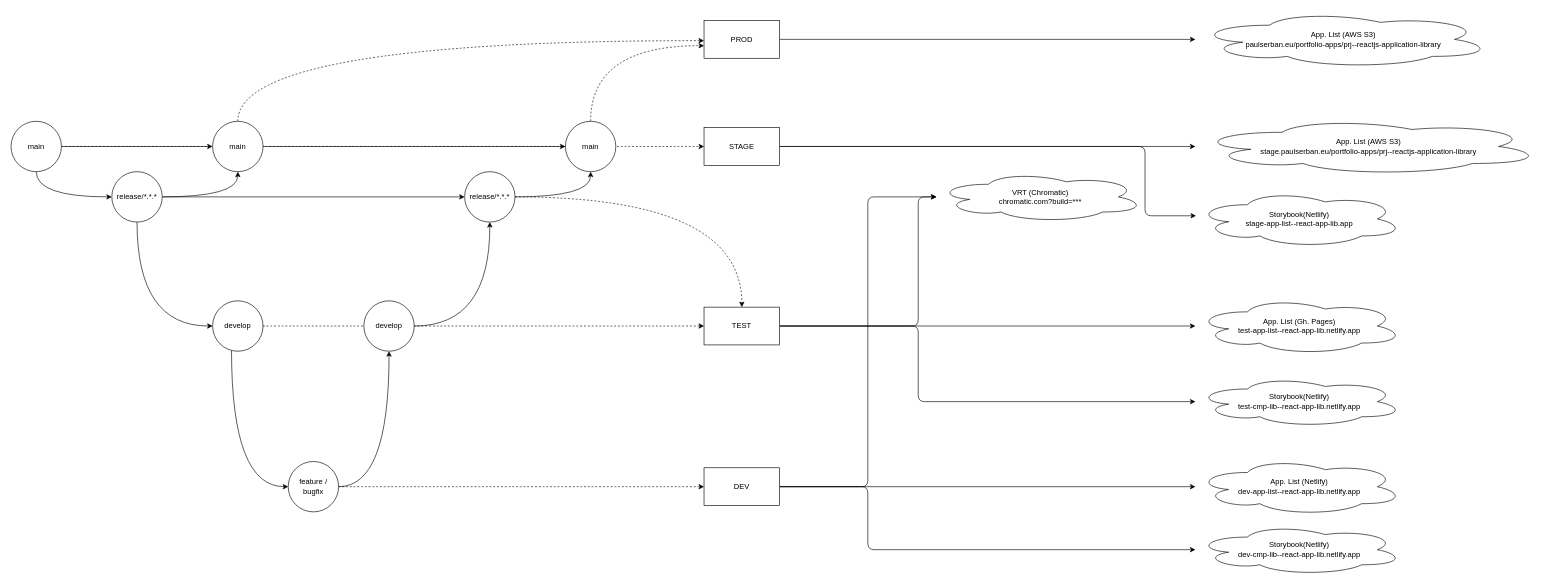
paulAlexSerban/prj--reactjs-application-library keeps this draw.io diagram as wiki/ci-cd.drawio. Above is the earlier version. Source tidied: cells renumbered, new cells numbered last; positions are measured from the earlier drawing's top-left corner, leaving out a move shared by most shapes. Both pictures are drawn from the tidied source at 63%, with x=0, y=0 at pixel (11, 11).
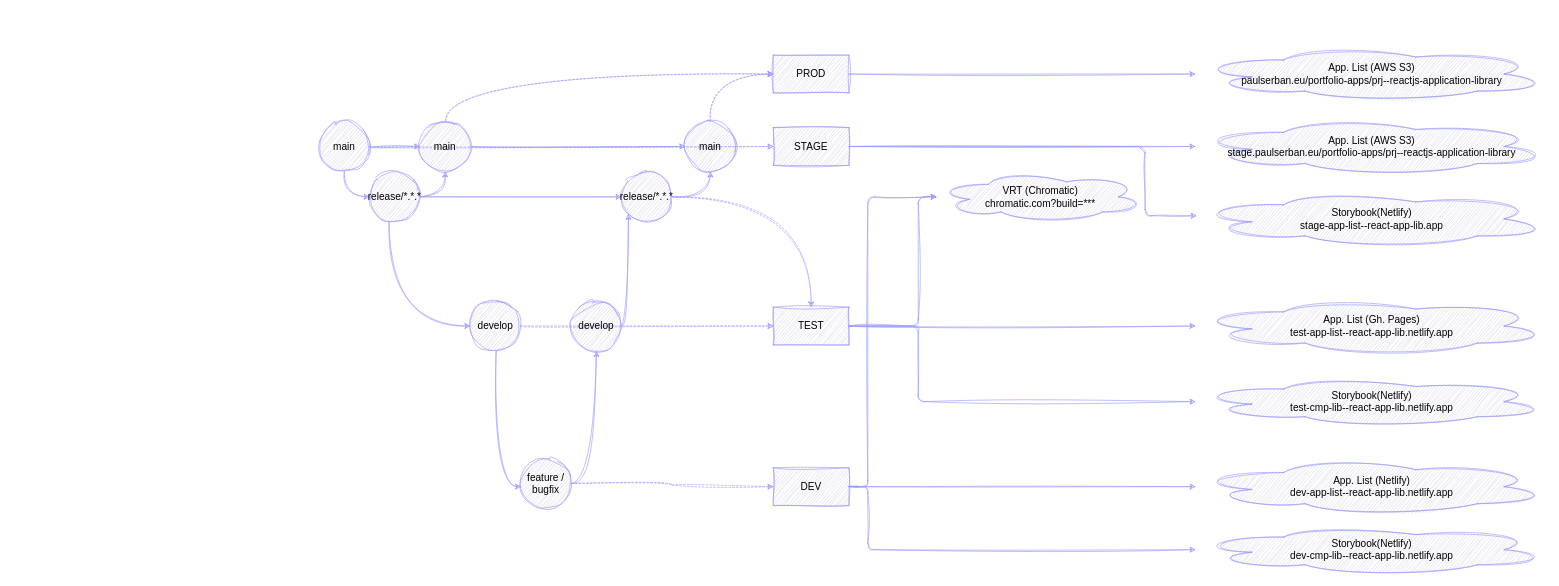
Above is the later version.

Diff of the diagram source:
```diff
@@
-    <mxCell id="2" style="edgeStyle=orthogonalEdgeStyle;curved=1;html=1;entryX=0;entryY=0.5;entryDx=0;entryDy=0;" parent="1" edge="1" source="4" target="7">
+    <mxCell id="2" style="edgeStyle=orthogonalEdgeStyle;curved=1;html=1;fontSize=16;fontStyle=0;strokeWidth=1;sketch=1;curveFitting=1;jiggle=2;strokeColor=#9999FF;fillColor=#d0cee2;fontColor=#000000;" parent="1" edge="1" source="4" target="7">
       <mxGeometry relative="1" as="geometry">
         <Array as="points">
-          <mxPoint x="350" y="755" />
+          <mxPoint x="770" y="755" />
         </Array>
       </mxGeometry>
     </mxCell>
-    <mxCell id="3" style="edgeStyle=orthogonalEdgeStyle;curved=1;html=1;dashed=1;" parent="1" edge="1" source="4" target="36">
+    <mxCell id="3" style="edgeStyle=orthogonalEdgeStyle;curved=1;html=1;dashed=1;fontSize=16;fontStyle=0;strokeWidth=1;sketch=1;curveFitting=1;jiggle=2;strokeColor=#9999FF;fillColor=#d0cee2;fontColor=#000000;" parent="1" edge="1" source="4" target="36">
       <mxGeometry relative="1" as="geometry" />
     </mxCell>
-    <mxCell id="4" value="develop" style="ellipse;whiteSpace=wrap;html=1;" parent="1" vertex="1">
-      <mxGeometry x="320" y="460" width="80" height="80" as="geometry" />
+    <mxCell id="4" value="develop" style="ellipse;whiteSpace=wrap;html=1;fontSize=16;fontStyle=0;strokeWidth=1;sketch=1;curveFitting=1;jiggle=2;strokeColor=#9999FF;fillColor=#d0cee2;fontColor=#000000;" parent="1" vertex="1">
+      <mxGeometry x="729" y="460" width="80" height="80" as="geometry" />
     </mxCell>
-    <mxCell id="5" style="edgeStyle=orthogonalEdgeStyle;curved=1;html=1;dashed=1;" parent="1" edge="1" source="7" target="29">
+    <mxCell id="5" style="edgeStyle=orthogonalEdgeStyle;curved=1;html=1;dashed=1;fontSize=16;fontStyle=0;strokeWidth=1;sketch=1;curveFitting=1;jiggle=2;strokeColor=#9999FF;fillColor=#d0cee2;fontColor=#000000;" parent="1" edge="1" source="7" target="29">
       <mxGeometry relative="1" as="geometry" />
     </mxCell>
-    <mxCell id="6" style="edgeStyle=orthogonalEdgeStyle;curved=1;html=1;" parent="1" edge="1" source="7" target="20">
-      <mxGeometry relative="1" as="geometry" />
+    <mxCell id="6" style="edgeStyle=orthogonalEdgeStyle;curved=1;html=1;fontSize=16;fontStyle=0;strokeWidth=1;sketch=1;curveFitting=1;jiggle=2;strokeColor=#9999FF;fillColor=#d0cee2;fontColor=#000000;" parent="1" edge="1" source="7" target="20">
+      <mxGeometry relative="1" as="geometry">
+        <Array as="points">
+          <mxPoint x="929" y="750" />
+        </Array>
+      </mxGeometry>
     </mxCell>
-    <mxCell id="7" value="feature / bugfix" style="ellipse;whiteSpace=wrap;html=1;" parent="1" vertex="1">
-      <mxGeometry x="440" y="715" width="80" height="80" as="geometry" />
+    <mxCell id="7" value="feature / bugfix" style="ellipse;whiteSpace=wrap;html=1;fontSize=16;fontStyle=0;strokeWidth=1;sketch=1;curveFitting=1;jiggle=2;strokeColor=#9999FF;fillColor=#d0cee2;fontColor=#000000;" parent="1" vertex="1">
+      <mxGeometry x="809" y="710" width="80" height="80" as="geometry" />
     </mxCell>
-    <mxCell id="8" style="edgeStyle=orthogonalEdgeStyle;html=1;entryX=0;entryY=0.5;entryDx=0;entryDy=0;curved=1;exitX=0.5;exitY=1;exitDx=0;exitDy=0;" parent="1" edge="1" source="11" target="15">
+    <mxCell id="8" style="edgeStyle=orthogonalEdgeStyle;html=1;entryX=0;entryY=0.5;entryDx=0;entryDy=0;curved=1;exitX=0.5;exitY=1;exitDx=0;exitDy=0;fontSize=16;fontStyle=0;strokeWidth=1;sketch=1;curveFitting=1;jiggle=2;strokeColor=#9999FF;fillColor=#d0cee2;fontColor=#000000;" parent="1" edge="1" source="11" target="15">
       <mxGeometry relative="1" as="geometry" />
     </mxCell>
-    <mxCell id="9" style="edgeStyle=orthogonalEdgeStyle;curved=1;html=1;dashed=1;" parent="1" edge="1" source="11" target="39">
+    <mxCell id="9" style="edgeStyle=orthogonalEdgeStyle;curved=1;html=1;dashed=1;fontSize=16;fontStyle=0;strokeWidth=1;sketch=1;curveFitting=1;jiggle=2;strokeColor=#9999FF;fillColor=#d0cee2;fontColor=#000000;" parent="1" edge="1" source="11" target="39">
       <mxGeometry relative="1" as="geometry" />
     </mxCell>
-    <mxCell id="10" style="edgeStyle=orthogonalEdgeStyle;curved=1;html=1;" parent="1" edge="1" source="11" target="18">
+    <mxCell id="10" style="edgeStyle=orthogonalEdgeStyle;curved=1;html=1;fontSize=16;fontStyle=0;strokeWidth=1;sketch=1;curveFitting=1;jiggle=2;strokeColor=#9999FF;fillColor=#d0cee2;fontColor=#000000;" parent="1" edge="1" source="11" target="18">
       <mxGeometry relative="1" as="geometry" />
     </mxCell>
-    <mxCell id="11" value="main" style="ellipse;whiteSpace=wrap;html=1;" parent="1" vertex="1">
-      <mxGeometry y="175" width="80" height="80" as="geometry" />
+    <mxCell id="11" value="main" style="ellipse;whiteSpace=wrap;html=1;fontSize=16;fontStyle=0;strokeWidth=1;sketch=1;curveFitting=1;jiggle=2;strokeColor=#9999FF;fillColor=#d0cee2;fontColor=#000000;" parent="1" vertex="1">
+      <mxGeometry x="489" y="175" width="80" height="80" as="geometry" />
     </mxCell>
-    <mxCell id="12" style="edgeStyle=orthogonalEdgeStyle;curved=1;html=1;entryX=0;entryY=0.5;entryDx=0;entryDy=0;" parent="1" edge="1" source="15" target="4">
+    <mxCell id="12" style="edgeStyle=orthogonalEdgeStyle;curved=1;html=1;entryX=0;entryY=0.5;entryDx=0;entryDy=0;fontSize=16;fontStyle=0;strokeWidth=1;sketch=1;curveFitting=1;jiggle=2;strokeColor=#9999FF;fillColor=#d0cee2;fontColor=#000000;" parent="1" edge="1" source="15" target="4">
       <mxGeometry relative="1" as="geometry">
         <Array as="points">
-          <mxPoint x="200" y="500" />
+          <mxPoint x="600" y="500" />
         </Array>
       </mxGeometry>
     </mxCell>
-    <mxCell id="13" style="edgeStyle=orthogonalEdgeStyle;curved=1;html=1;entryX=0.5;entryY=1;entryDx=0;entryDy=0;" parent="1" edge="1" source="15" target="18">
+    <mxCell id="13" style="edgeStyle=orthogonalEdgeStyle;curved=1;html=1;entryX=0.5;entryY=1;entryDx=0;entryDy=0;fontSize=16;fontStyle=0;exitX=1;exitY=0.5;exitDx=0;exitDy=0;strokeWidth=1;sketch=1;curveFitting=1;jiggle=2;strokeColor=#9999FF;fillColor=#d0cee2;fontColor=#000000;" parent="1" edge="1" source="15" target="18">
       <mxGeometry relative="1" as="geometry" />
     </mxCell>
-    <mxCell id="14" style="edgeStyle=orthogonalEdgeStyle;curved=1;html=1;" parent="1" edge="1" source="15" target="23">
+    <mxCell id="14" style="edgeStyle=orthogonalEdgeStyle;curved=1;html=1;fontSize=16;fontStyle=0;strokeWidth=1;sketch=1;curveFitting=1;jiggle=2;strokeColor=#9999FF;fillColor=#d0cee2;fontColor=#000000;" parent="1" edge="1" source="15" target="23">
       <mxGeometry relative="1" as="geometry" />
     </mxCell>
-    <mxCell id="15" value="release/*.*.*" style="ellipse;whiteSpace=wrap;html=1;" parent="1" vertex="1">
-      <mxGeometry x="160" y="255" width="80" height="80" as="geometry" />
+    <mxCell id="15" value="release/*.*.*" style="ellipse;whiteSpace=wrap;html=1;fontSize=16;fontStyle=0;strokeWidth=1;sketch=1;curveFitting=1;jiggle=2;strokeColor=#9999FF;fillColor=#d0cee2;fontColor=#000000;" parent="1" vertex="1">
+      <mxGeometry x="569" y="255" width="80" height="80" as="geometry" />
     </mxCell>
-    <mxCell id="16" style="edgeStyle=orthogonalEdgeStyle;curved=1;html=1;dashed=1;" parent="1" edge="1" source="18" target="41">
+    <mxCell id="16" style="edgeStyle=orthogonalEdgeStyle;curved=1;html=1;dashed=1;fontSize=16;fontStyle=0;strokeWidth=1;sketch=1;curveFitting=1;jiggle=2;strokeColor=#9999FF;fillColor=#d0cee2;fontColor=#000000;" parent="1" edge="1" source="18" target="41">
       <mxGeometry relative="1" as="geometry">
         <Array as="points">
-          <mxPoint x="360" y="47" />
+          <mxPoint x="690" y="100" />
         </Array>
       </mxGeometry>
     </mxCell>
-    <mxCell id="17" style="edgeStyle=orthogonalEdgeStyle;curved=1;html=1;" parent="1" edge="1" source="18" target="25">
+    <mxCell id="17" style="edgeStyle=orthogonalEdgeStyle;curved=1;html=1;fontSize=16;fontStyle=0;strokeWidth=1;sketch=1;curveFitting=1;jiggle=2;strokeColor=#9999FF;fillColor=#d0cee2;fontColor=#000000;" parent="1" edge="1" source="18" target="25">
       <mxGeometry relative="1" as="geometry" />
     </mxCell>
-    <mxCell id="18" value="main" style="ellipse;whiteSpace=wrap;html=1;" parent="1" vertex="1">
-      <mxGeometry x="320" y="175" width="80" height="80" as="geometry" />
+    <mxCell id="18" value="main" style="ellipse;whiteSpace=wrap;html=1;fontSize=16;fontStyle=0;strokeWidth=1;sketch=1;curveFitting=1;jiggle=2;strokeColor=#9999FF;fillColor=#d0cee2;fontColor=#000000;" parent="1" vertex="1">
+      <mxGeometry x="649" y="175" width="80" height="80" as="geometry" />
     </mxCell>
-    <mxCell id="19" style="edgeStyle=orthogonalEdgeStyle;curved=1;html=1;" parent="1" edge="1" source="20" target="23">
+    <mxCell id="19" style="edgeStyle=orthogonalEdgeStyle;curved=1;html=1;fontSize=16;fontStyle=0;strokeWidth=1;sketch=1;curveFitting=1;jiggle=2;strokeColor=#9999FF;fillColor=#d0cee2;fontColor=#000000;" parent="1" edge="1" source="20" target="23">
       <mxGeometry relative="1" as="geometry">
         <Array as="points">
-          <mxPoint x="760" y="500" />
+          <mxPoint x="980" y="500" />
         </Array>
       </mxGeometry>
     </mxCell>
-    <mxCell id="20" value="develop" style="ellipse;whiteSpace=wrap;html=1;" parent="1" vertex="1">
-      <mxGeometry x="560" y="460" width="80" height="80" as="geometry" />
+    <mxCell id="20" value="develop" style="ellipse;whiteSpace=wrap;html=1;fontSize=16;fontStyle=0;strokeWidth=1;sketch=1;curveFitting=1;jiggle=2;strokeColor=#9999FF;fillColor=#d0cee2;fontColor=#000000;" parent="1" vertex="1">
+      <mxGeometry x="889" y="460" width="80" height="80" as="geometry" />
     </mxCell>
-    <mxCell id="21" style="edgeStyle=orthogonalEdgeStyle;curved=1;html=1;dashed=1;" parent="1" edge="1" source="23" target="36">
+    <mxCell id="21" style="edgeStyle=orthogonalEdgeStyle;curved=1;html=1;dashed=1;fontSize=16;fontStyle=0;strokeWidth=1;sketch=1;curveFitting=1;jiggle=2;strokeColor=#9999FF;fillColor=#d0cee2;fontColor=#000000;" parent="1" edge="1" source="23" target="36">
       <mxGeometry relative="1" as="geometry" />
     </mxCell>
-    <mxCell id="22" style="edgeStyle=orthogonalEdgeStyle;curved=1;html=1;entryX=0.5;entryY=1;entryDx=0;entryDy=0;" parent="1" edge="1" source="23" target="25">
+    <mxCell id="22" style="edgeStyle=orthogonalEdgeStyle;curved=1;html=1;entryX=0.5;entryY=1;entryDx=0;entryDy=0;fontSize=16;fontStyle=0;strokeWidth=1;sketch=1;curveFitting=1;jiggle=2;strokeColor=#9999FF;fillColor=#d0cee2;fontColor=#000000;" parent="1" edge="1" source="23" target="25">
       <mxGeometry relative="1" as="geometry" />
     </mxCell>
-    <mxCell id="23" value="release/*.*.*" style="ellipse;whiteSpace=wrap;html=1;" parent="1" vertex="1">
-      <mxGeometry x="720" y="255" width="80" height="80" as="geometry" />
+    <mxCell id="23" value="release/*.*.*" style="ellipse;whiteSpace=wrap;html=1;fontSize=16;fontStyle=0;strokeWidth=1;sketch=1;curveFitting=1;jiggle=2;strokeColor=#9999FF;fillColor=#d0cee2;fontColor=#000000;" parent="1" vertex="1">
+      <mxGeometry x="969" y="255" width="80" height="80" as="geometry" />
     </mxCell>
-    <mxCell id="24" style="edgeStyle=orthogonalEdgeStyle;curved=1;html=1;dashed=1;" parent="1" edge="1" source="25" target="41">
+    <mxCell id="24" style="edgeStyle=orthogonalEdgeStyle;curved=1;html=1;dashed=1;fontSize=16;fontStyle=0;strokeWidth=1;sketch=1;curveFitting=1;jiggle=2;strokeColor=#9999FF;fillColor=#d0cee2;fontColor=#000000;" parent="1" edge="1" source="25" target="41">
       <mxGeometry relative="1" as="geometry">
         <Array as="points">
-          <mxPoint x="920" y="55" />
+          <mxPoint x="1110" y="100" />
         </Array>
       </mxGeometry>
     </mxCell>
-    <mxCell id="25" value="main" style="ellipse;whiteSpace=wrap;html=1;" parent="1" vertex="1">
-      <mxGeometry x="880" y="175" width="80" height="80" as="geometry" />
+    <mxCell id="25" value="main" style="ellipse;whiteSpace=wrap;html=1;fontSize=16;fontStyle=0;strokeWidth=1;sketch=1;curveFitting=1;jiggle=2;strokeColor=#9999FF;fillColor=#d0cee2;fontColor=#000000;" parent="1" vertex="1">
+      <mxGeometry x="1070" y="175" width="80" height="80" as="geometry" />
     </mxCell>
-    <mxCell id="26" style="edgeStyle=orthogonalEdgeStyle;html=1;" parent="1" edge="1" source="29" target="30">
+    <mxCell id="26" style="edgeStyle=orthogonalEdgeStyle;html=1;fontSize=16;fontStyle=0;strokeWidth=1;sketch=1;curveFitting=1;jiggle=2;strokeColor=#9999FF;fillColor=#d0cee2;fontColor=#000000;" parent="1" edge="1" source="29" target="30">
       <mxGeometry relative="1" as="geometry" />
     </mxCell>
-    <mxCell id="27" style="edgeStyle=orthogonalEdgeStyle;html=1;" parent="1" edge="1" source="29" target="31">
+    <mxCell id="27" style="edgeStyle=orthogonalEdgeStyle;html=1;fontSize=16;fontStyle=0;strokeWidth=1;sketch=1;curveFitting=1;jiggle=2;strokeColor=#9999FF;fillColor=#d0cee2;fontColor=#000000;" parent="1" edge="1" source="29" target="31">
       <mxGeometry relative="1" as="geometry">
         <Array as="points">
           <mxPoint x="1360" y="755" />
           <mxPoint x="1360" y="855" />
         </Array>
       </mxGeometry>
     </mxCell>
-    <mxCell id="28" style="edgeStyle=orthogonalEdgeStyle;html=1;" parent="1" edge="1" source="29" target="32">
+    <mxCell id="28" style="edgeStyle=orthogonalEdgeStyle;html=1;fontSize=16;fontStyle=0;strokeWidth=1;sketch=1;curveFitting=1;jiggle=2;strokeColor=#9999FF;fillColor=#d0cee2;fontColor=#000000;" parent="1" edge="1" source="29" target="32">
       <mxGeometry relative="1" as="geometry">
         <Array as="points">
           <mxPoint x="1360" y="755" />
           <mxPoint x="1360" y="295" />
         </Array>
       </mxGeometry>
     </mxCell>
-    <mxCell id="29" value="DEV" style="whiteSpace=wrap;html=1;" parent="1" vertex="1">
-      <mxGeometry x="1100" y="725" width="120" height="60" as="geometry" />
+    <mxCell id="29" value="DEV" style="whiteSpace=wrap;html=1;fontSize=16;fontStyle=0;strokeWidth=1;sketch=1;curveFitting=1;jiggle=2;strokeColor=#9999FF;fillColor=#d0cee2;fontColor=#000000;" parent="1" vertex="1">
+      <mxGeometry x="1210" y="725" width="120" height="60" as="geometry" />
     </mxCell>
-    <mxCell id="30" value="App. List (Netlify)&lt;br&gt;dev-app-list--react-app-lib.netlify.app" style="ellipse;shape=cloud;whiteSpace=wrap;html=1;" parent="1" vertex="1">
-      <mxGeometry x="1880" y="710" width="330" height="90" as="geometry" />
+    <mxCell id="30" value="App. List (Netlify)&lt;br style=&quot;font-size: 16px;&quot;&gt;dev-app-list--react-app-lib.netlify.app" style="ellipse;shape=cloud;whiteSpace=wrap;html=1;fontSize=16;fontStyle=0;strokeWidth=1;sketch=1;curveFitting=1;jiggle=2;strokeColor=#9999FF;fillColor=#d0cee2;fontColor=#000000;" parent="1" vertex="1">
+      <mxGeometry x="1880" y="710" width="560" height="90" as="geometry" />
     </mxCell>
-    <mxCell id="31" value="Storybook(Netlify)&lt;br&gt;dev-cmp-lib--react-app-lib.netlify.app" style="ellipse;shape=cloud;whiteSpace=wrap;html=1;" parent="1" vertex="1">
-      <mxGeometry x="1880" y="815" width="330" height="80" as="geometry" />
+    <mxCell id="31" value="Storybook(Netlify)&lt;br style=&quot;font-size: 16px;&quot;&gt;dev-cmp-lib--react-app-lib.netlify.app" style="ellipse;shape=cloud;whiteSpace=wrap;html=1;fontSize=16;fontStyle=0;strokeWidth=1;sketch=1;curveFitting=1;jiggle=2;strokeColor=#9999FF;fillColor=#d0cee2;fontColor=#000000;" parent="1" vertex="1">
+      <mxGeometry x="1880" y="815" width="560" height="80" as="geometry" />
     </mxCell>
-    <mxCell id="32" value="VRT (Chromatic)&lt;br&gt;chromatic.com?build=***" style="ellipse;shape=cloud;whiteSpace=wrap;html=1;" parent="1" vertex="1">
+    <mxCell id="32" value="VRT (Chromatic)&lt;br style=&quot;font-size: 16px;&quot;&gt;chromatic.com?build=***" style="ellipse;shape=cloud;whiteSpace=wrap;html=1;fontSize=16;fontStyle=0;strokeWidth=1;sketch=1;curveFitting=1;jiggle=2;strokeColor=#9999FF;fillColor=#d0cee2;fontColor=#000000;" parent="1" vertex="1">
       <mxGeometry x="1469" y="255" width="330" height="80" as="geometry" />
     </mxCell>
-    <mxCell id="33" style="edgeStyle=orthogonalEdgeStyle;html=1;" parent="1" edge="1" source="36" target="42">
+    <mxCell id="33" style="edgeStyle=orthogonalEdgeStyle;html=1;fontSize=16;fontStyle=0;strokeWidth=1;sketch=1;curveFitting=1;jiggle=2;strokeColor=#9999FF;fillColor=#d0cee2;fontColor=#000000;" parent="1" edge="1" source="36" target="42">
       <mxGeometry relative="1" as="geometry" />
     </mxCell>
-    <mxCell id="34" style="edgeStyle=orthogonalEdgeStyle;html=1;" parent="1" edge="1" source="36" target="43">
+    <mxCell id="34" style="edgeStyle=orthogonalEdgeStyle;html=1;fontSize=16;fontStyle=0;strokeWidth=1;sketch=1;curveFitting=1;jiggle=2;strokeColor=#9999FF;fillColor=#d0cee2;fontColor=#000000;" parent="1" edge="1" source="36" target="43">
       <mxGeometry relative="1" as="geometry">
         <Array as="points">
           <mxPoint x="1440" y="500" />
           <mxPoint x="1440" y="620" />
         </Array>
       </mxGeometry>
     </mxCell>
-    <mxCell id="35" style="edgeStyle=orthogonalEdgeStyle;html=1;" parent="1" edge="1" source="36" target="32">
+    <mxCell id="35" style="edgeStyle=orthogonalEdgeStyle;html=1;fontSize=16;fontStyle=0;strokeWidth=1;sketch=1;curveFitting=1;jiggle=2;strokeColor=#9999FF;fillColor=#d0cee2;fontColor=#000000;" parent="1" edge="1" source="36" target="32">
       <mxGeometry relative="1" as="geometry">
         <Array as="points">
           <mxPoint x="1440" y="500" />
           <mxPoint x="1440" y="295" />
         </Array>
       </mxGeometry>
     </mxCell>
-    <mxCell id="36" value="TEST" style="whiteSpace=wrap;html=1;" parent="1" vertex="1">
-      <mxGeometry x="1100" y="470" width="120" height="60" as="geometry" />
+    <mxCell id="36" value="TEST" style="whiteSpace=wrap;html=1;fontSize=16;fontStyle=0;strokeWidth=1;sketch=1;curveFitting=1;jiggle=2;strokeColor=#9999FF;fillColor=#d0cee2;fontColor=#000000;" parent="1" vertex="1">
+      <mxGeometry x="1210" y="470" width="120" height="60" as="geometry" />
     </mxCell>
-    <mxCell id="37" style="edgeStyle=orthogonalEdgeStyle;html=1;" parent="1" edge="1" source="39" target="44">
+    <mxCell id="37" style="edgeStyle=orthogonalEdgeStyle;html=1;fontSize=16;fontStyle=0;strokeWidth=1;sketch=1;curveFitting=1;jiggle=2;strokeColor=#9999FF;fillColor=#d0cee2;fontColor=#000000;" parent="1" edge="1" source="39" target="44">
       <mxGeometry relative="1" as="geometry" />
     </mxCell>
-    <mxCell id="38" style="edgeStyle=orthogonalEdgeStyle;html=1;" parent="1" edge="1" source="39" target="45">
+    <mxCell id="38" style="edgeStyle=orthogonalEdgeStyle;html=1;fontSize=16;fontStyle=0;strokeWidth=1;sketch=1;curveFitting=1;jiggle=2;strokeColor=#9999FF;fillColor=#d0cee2;fontColor=#000000;" parent="1" edge="1" source="39" target="45">
       <mxGeometry relative="1" as="geometry">
         <Array as="points">
           <mxPoint x="1800" y="215" />
           <mxPoint x="1800" y="325" />
         </Array>
       </mxGeometry>
     </mxCell>
-    <mxCell id="39" value="STAGE" style="whiteSpace=wrap;html=1;" parent="1" vertex="1">
-      <mxGeometry x="1100" y="185" width="120" height="60" as="geometry" />
+    <mxCell id="39" value="STAGE" style="whiteSpace=wrap;html=1;fontSize=16;fontStyle=0;strokeWidth=1;sketch=1;curveFitting=1;jiggle=2;strokeColor=#9999FF;fillColor=#d0cee2;fontColor=#000000;" parent="1" vertex="1">
+      <mxGeometry x="1210" y="185" width="120" height="60" as="geometry" />
     </mxCell>
-    <mxCell id="40" style="edgeStyle=orthogonalEdgeStyle;html=1;" parent="1" edge="1" source="41" target="46">
+    <mxCell id="40" style="edgeStyle=orthogonalEdgeStyle;html=1;fontSize=16;fontStyle=0;strokeWidth=1;sketch=1;curveFitting=1;jiggle=2;strokeColor=#9999FF;fillColor=#d0cee2;fontColor=#000000;" parent="1" edge="1" source="41" target="46">
       <mxGeometry relative="1" as="geometry" />
     </mxCell>
-    <mxCell id="41" value="PROD" style="whiteSpace=wrap;html=1;" parent="1" vertex="1">
-      <mxGeometry x="1100" y="15" width="120" height="60" as="geometry" />
+    <mxCell id="41" value="PROD" style="whiteSpace=wrap;html=1;fontSize=16;fontStyle=0;strokeWidth=1;sketch=1;curveFitting=1;jiggle=2;strokeColor=#9999FF;fillColor=#d0cee2;fontColor=#000000;" parent="1" vertex="1">
+      <mxGeometry x="1210" y="70" width="120" height="60" as="geometry" />
     </mxCell>
-    <mxCell id="42" value="App. List (Gh. Pages)&lt;br&gt;test-app-list--react-app-lib.netlify.app" style="ellipse;shape=cloud;whiteSpace=wrap;html=1;" parent="1" vertex="1">
-      <mxGeometry x="1880" y="455" width="330" height="90" as="geometry" />
+    <mxCell id="42" value="App. List (Gh. Pages)&lt;br style=&quot;font-size: 16px;&quot;&gt;test-app-list--react-app-lib.netlify.app" style="ellipse;shape=cloud;whiteSpace=wrap;html=1;fontSize=16;fontStyle=0;strokeWidth=1;sketch=1;curveFitting=1;jiggle=2;strokeColor=#9999FF;fillColor=#d0cee2;fontColor=#000000;" parent="1" vertex="1">
+      <mxGeometry x="1880" y="455" width="560" height="90" as="geometry" />
     </mxCell>
-    <mxCell id="43" value="Storybook(Netlify)&lt;br&gt;test-cmp-lib--react-app-lib.netlify.app" style="ellipse;shape=cloud;whiteSpace=wrap;html=1;" parent="1" vertex="1">
-      <mxGeometry x="1880" y="580" width="330" height="80" as="geometry" />
+    <mxCell id="43" value="Storybook(Netlify)&lt;br style=&quot;font-size: 16px;&quot;&gt;test-cmp-lib--react-app-lib.netlify.app" style="ellipse;shape=cloud;whiteSpace=wrap;html=1;fontSize=16;fontStyle=0;strokeWidth=1;sketch=1;curveFitting=1;jiggle=2;strokeColor=#9999FF;fillColor=#d0cee2;fontColor=#000000;" parent="1" vertex="1">
+      <mxGeometry x="1880" y="580" width="560" height="80" as="geometry" />
     </mxCell>
-    <mxCell id="44" value="App. List (AWS S3)&lt;br&gt;stage.paulserban.eu/portfolio-apps/prj--reactjs-application-library" style="ellipse;shape=cloud;whiteSpace=wrap;html=1;" parent="1" vertex="1">
-      <mxGeometry x="1880" y="170" width="550" height="90" as="geometry" />
+    <mxCell id="44" value="App. List (AWS S3)&lt;br style=&quot;font-size: 16px;&quot;&gt;stage.paulserban.eu/portfolio-apps/prj--reactjs-application-library" style="ellipse;shape=cloud;whiteSpace=wrap;html=1;fontSize=16;fontStyle=0;strokeWidth=1;sketch=1;curveFitting=1;jiggle=2;strokeColor=#9999FF;fillColor=#d0cee2;fontColor=#000000;" parent="1" vertex="1">
+      <mxGeometry x="1880" y="170" width="560" height="90" as="geometry" />
     </mxCell>
-    <mxCell id="45" value="Storybook(Netlify)&lt;br&gt;stage-app-list--react-app-lib.app" style="ellipse;shape=cloud;whiteSpace=wrap;html=1;" parent="1" vertex="1">
-      <mxGeometry x="1880" y="285" width="330" height="90" as="geometry" />
+    <mxCell id="45" value="Storybook(Netlify)&lt;br style=&quot;font-size: 16px;&quot;&gt;stage-app-list--react-app-lib.app" style="ellipse;shape=cloud;whiteSpace=wrap;html=1;fontSize=16;fontStyle=0;strokeWidth=1;sketch=1;curveFitting=1;jiggle=2;strokeColor=#9999FF;fillColor=#d0cee2;fontColor=#000000;" parent="1" vertex="1">
+      <mxGeometry x="1880" y="285" width="560" height="90" as="geometry" />
     </mxCell>
-    <mxCell id="46" value="App. List (AWS S3)&lt;br&gt;paulserban.eu/portfolio-apps/prj--reactjs-application-library" style="ellipse;shape=cloud;whiteSpace=wrap;html=1;" parent="1" vertex="1">
-      <mxGeometry x="1880" width="470" height="90" as="geometry" />
+    <mxCell id="46" value="App. List (AWS S3)&lt;br style=&quot;font-size: 16px;&quot;&gt;paulserban.eu/portfolio-apps/prj--reactjs-application-library" style="ellipse;shape=cloud;whiteSpace=wrap;html=1;fontSize=16;fontStyle=0;strokeWidth=1;sketch=1;curveFitting=1;jiggle=2;strokeColor=#9999FF;fillColor=#d0cee2;fontColor=#000000;" parent="1" vertex="1">
+      <mxGeometry x="1880" y="55" width="560" height="90" as="geometry" />
     </mxCell>
```
